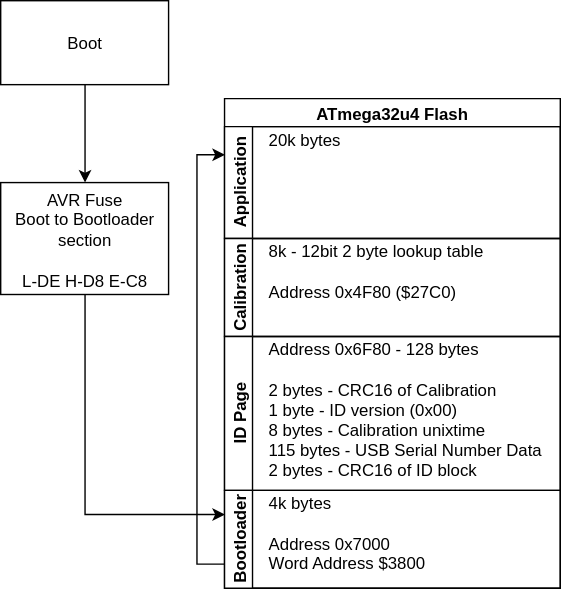
Before: docs/Boot Map.svg, a diagram exported from draw.io (cinderblock/3-Phase-Controller). Source tidied: cells renumbered, new cells last; positions are measured from the earlier drawing's top-left corner, leaving out a move shared by most shapes.
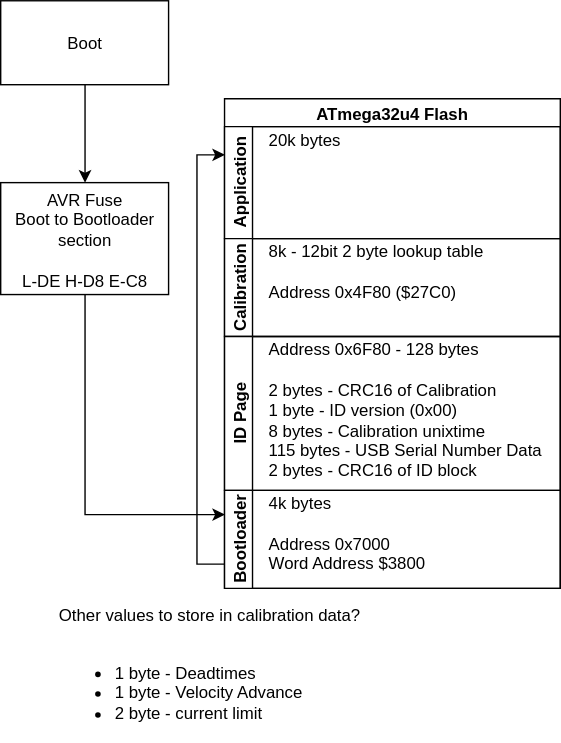
After the change.

Commit message:
Add some passing thoughts to Boot Map

Change to the diagram source:
```diff
@@ -44,5 +44,8 @@
     <mxCell id="15" value="4k bytes&lt;br&gt;&lt;br&gt;Address 0x7000&lt;br&gt;Word Address $3800&lt;br&gt;" style="text;html=1;align=left;verticalAlign=top;spacingTop=-4;" parent="14" vertex="1">
       <mxGeometry x="30" width="130" height="60" as="geometry" />
     </mxCell>
+    <mxCell id="16" value="Other values to store in calibration data?&lt;br&gt;&lt;br&gt;&lt;ul&gt;&lt;li&gt;1 byte - Deadtimes&lt;br&gt;&lt;/li&gt;&lt;li&gt;1 byte - Velocity Advance&lt;/li&gt;&lt;li&gt;2 byte - current limit&lt;/li&gt;&lt;/ul&gt;" style="text;html=1;align=left;verticalAlign=top;spacingTop=-4;" parent="1" vertex="1">
+      <mxGeometry x="40" y="430" width="230" height="100" as="geometry" />
+    </mxCell>
   </root>
 </mxGraphModel>
```
